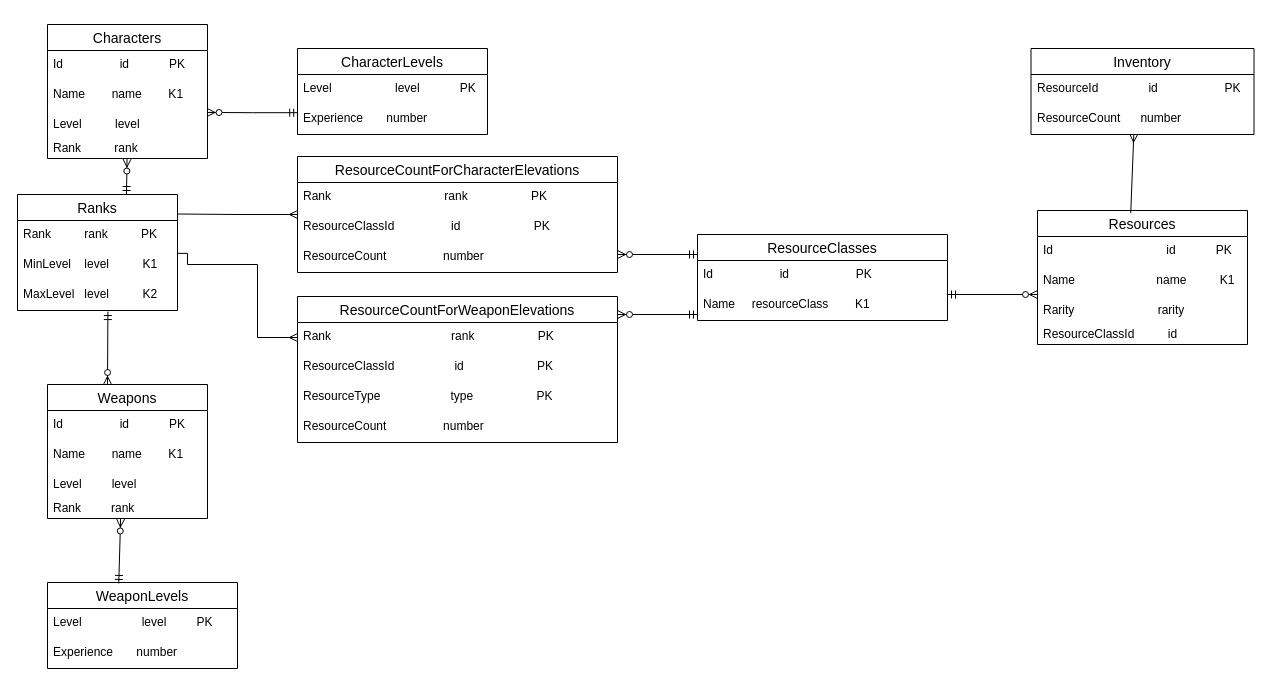
Above: project/models/ERM.drawio in Matrixoid/itmo-database-course (draw.io), before the change. Source tidied: cells renumbered, new cells numbered last; positions are measured from the earlier drawing's top-left corner, leaving out a move shared by most shapes. Both pictures are drawn from the tidied source at 100%, with x=0, y=0 at pixel (17, 24).
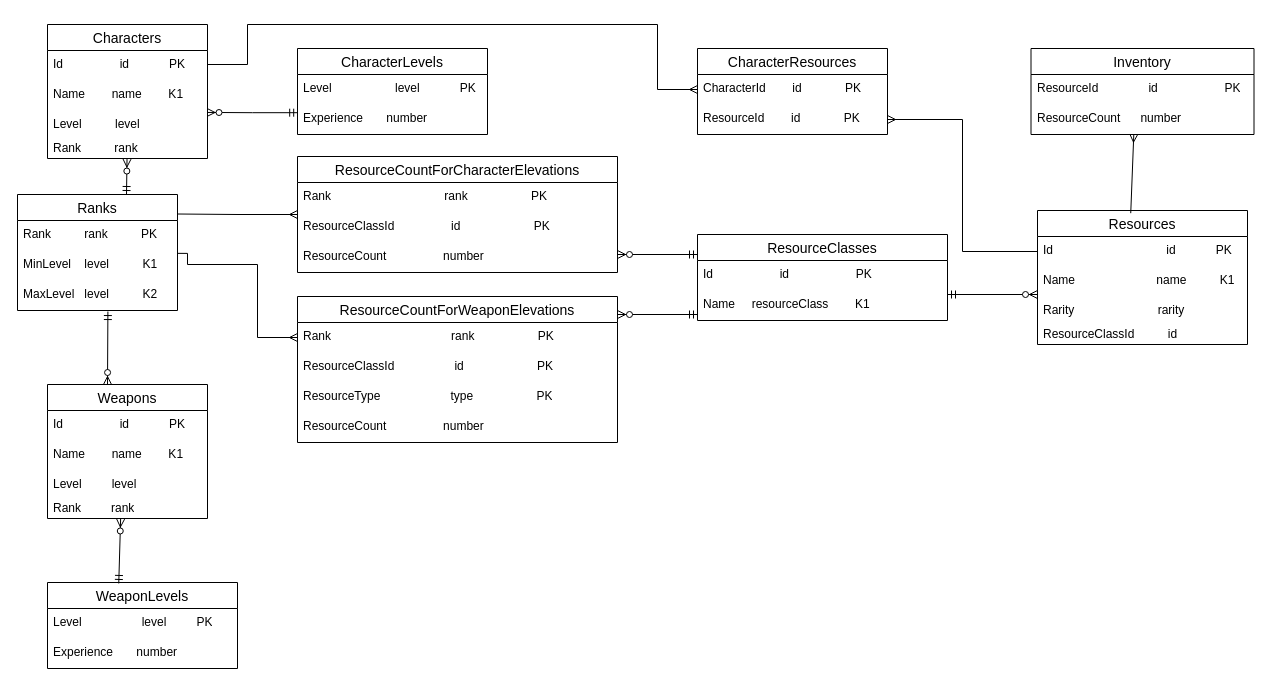
The same page after the edit.

The change refers to these unchanged cells:
```xml
<mxCell id="3" value="Id&amp;nbsp; &amp;nbsp; &amp;nbsp; &amp;nbsp; &amp;nbsp; &amp;nbsp; &amp;nbsp; &amp;nbsp; &amp;nbsp;id&amp;nbsp; &amp;nbsp; &amp;nbsp; &amp;nbsp; &amp;nbsp; &amp;nbsp; PK" style="text;strokeColor=none;fillColor=none;spacingLeft=4;spacingRight=4;overflow=hidden;points=[[0,0.5],[1,0.5]];portConstraint=eastwest;fontSize=12;whiteSpace=wrap;html=1;" parent="2" vertex="1">
  <mxGeometry y="26" width="160" height="30" as="geometry" />
</mxCell>
<mxCell id="8" value="Id&amp;nbsp; &amp;nbsp; &amp;nbsp; &amp;nbsp; &amp;nbsp; &amp;nbsp; &amp;nbsp; &amp;nbsp; &amp;nbsp;&lt;span style=&quot;white-space: pre;&quot;&gt;&#9;&lt;/span&gt;&lt;span style=&quot;white-space: pre;&quot;&gt;&#9;&lt;/span&gt;&amp;nbsp; &amp;nbsp; &amp;nbsp;id&amp;nbsp; &amp;nbsp; &amp;nbsp; &amp;nbsp; &amp;nbsp; &amp;nbsp; PK" style="text;strokeColor=none;fillColor=none;spacingLeft=4;spacingRight=4;overflow=hidden;points=[[0,0.5],[1,0.5]];portConstraint=eastwest;fontSize=12;whiteSpace=wrap;html=1;" parent="7" vertex="1">
  <mxGeometry y="26" width="210" height="30" as="geometry" />
</mxCell>
```

The edit, as a diff of the source:
```diff
@@
+    <mxCell id="52" value="CharacterResources" style="swimlane;fontStyle=0;horizontal=1;startSize=26;align=center;fontSize=14;" parent="1" vertex="1">
+      <mxGeometry x="680" y="24" width="190" height="86" as="geometry" />
+    </mxCell>
+    <mxCell id="53" value="CharacterId&amp;nbsp; &amp;nbsp; &amp;nbsp; &amp;nbsp; id&amp;nbsp; &amp;nbsp; &amp;nbsp; &amp;nbsp; &amp;nbsp; &amp;nbsp; &amp;nbsp;PK" style="text;strokeColor=none;fillColor=none;spacingLeft=4;spacingRight=4;overflow=hidden;points=[[0,0.5],[1,0.5]];portConstraint=eastwest;fontSize=12;whiteSpace=wrap;html=1;" parent="52" vertex="1">
+      <mxGeometry y="26" width="190" height="30" as="geometry" />
+    </mxCell>
+    <mxCell id="54" value="ResourceId&amp;nbsp; &amp;nbsp; &amp;nbsp; &amp;nbsp; id&amp;nbsp; &amp;nbsp; &amp;nbsp; &amp;nbsp; &amp;nbsp; &amp;nbsp; &amp;nbsp;PK" style="text;strokeColor=none;fillColor=none;spacingLeft=4;spacingRight=4;overflow=hidden;points=[[0,0.5],[1,0.5]];portConstraint=eastwest;fontSize=12;whiteSpace=wrap;html=1;" parent="52" vertex="1">
+      <mxGeometry y="56" width="190" height="30" as="geometry" />
+    </mxCell>
+    <mxCell id="55" style="edgeStyle=orthogonalEdgeStyle;fontSize=12;html=1;endArrow=ERmany;rounded=0;exitX=1;exitY=0.5;exitDx=0;exitDy=0;entryX=0;entryY=0.5;entryDx=0;entryDy=0;" parent="1" edge="1" source="3" target="53">
+      <mxGeometry relative="1" as="geometry">
+        <Array as="points">
+          <mxPoint x="190" y="40" />
+          <mxPoint x="230" y="40" />
+          <mxPoint x="230" />
+          <mxPoint x="640" />
+          <mxPoint x="640" y="65" />
+        </Array>
+      </mxGeometry>
+    </mxCell>
+    <mxCell id="56" style="edgeStyle=orthogonalEdgeStyle;fontSize=12;html=1;endArrow=ERmany;rounded=0;exitX=0;exitY=0.5;exitDx=0;exitDy=0;entryX=1;entryY=0.5;entryDx=0;entryDy=0;" parent="1" edge="1" source="8" target="54">
+      <mxGeometry relative="1" as="geometry" />
+    </mxCell>
```
